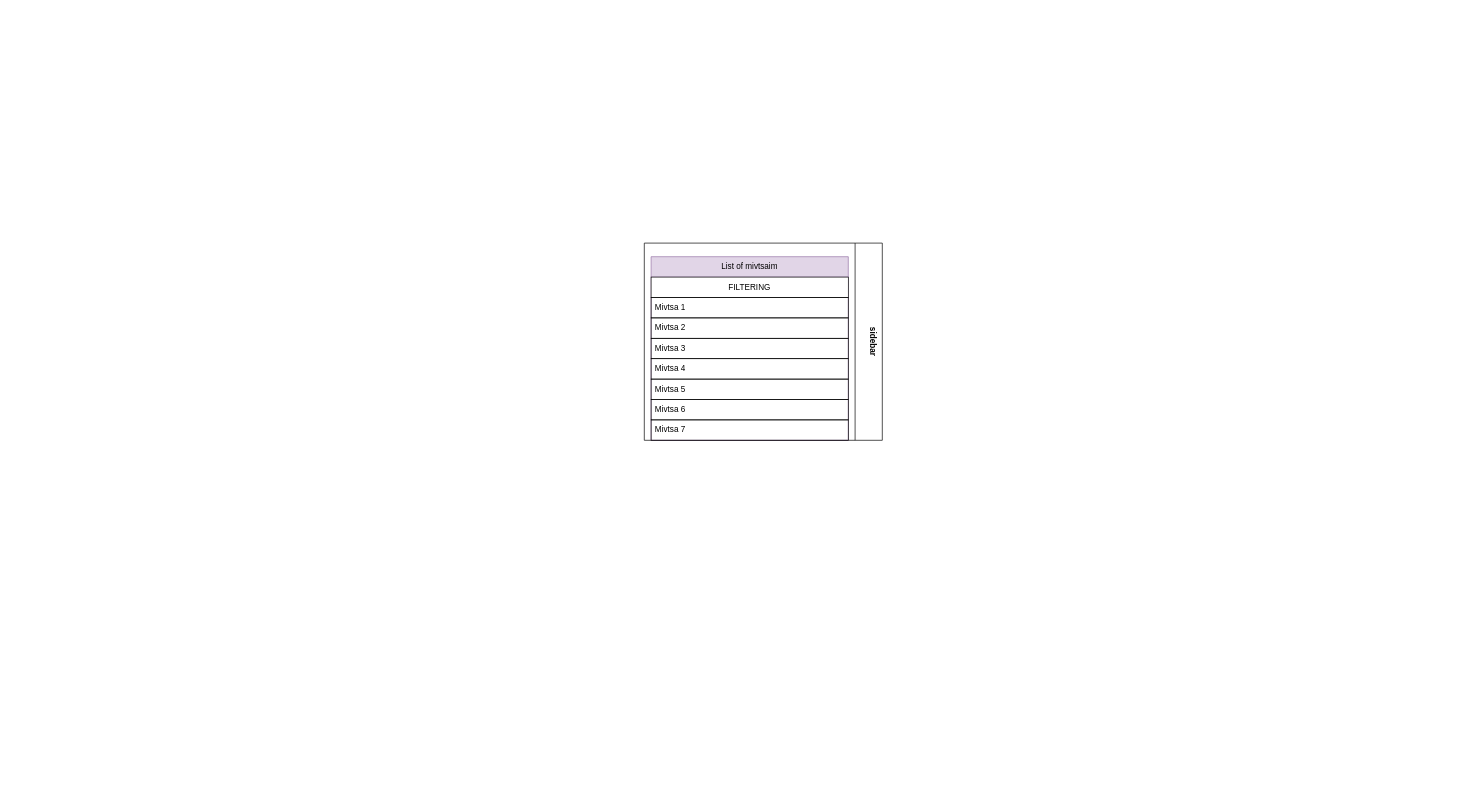
The draw.io diagram Untitled Diagram.drawio in KarlinskyS/aligntech-api, before the edit. Source tidied: cells renumbered, new cells numbered last; positions are measured from the earlier drawing's top-left corner, leaving out a move shared by most shapes. Both pictures are drawn from the tidied source at 68%, with x=0, y=0 at pixel (644, 243).
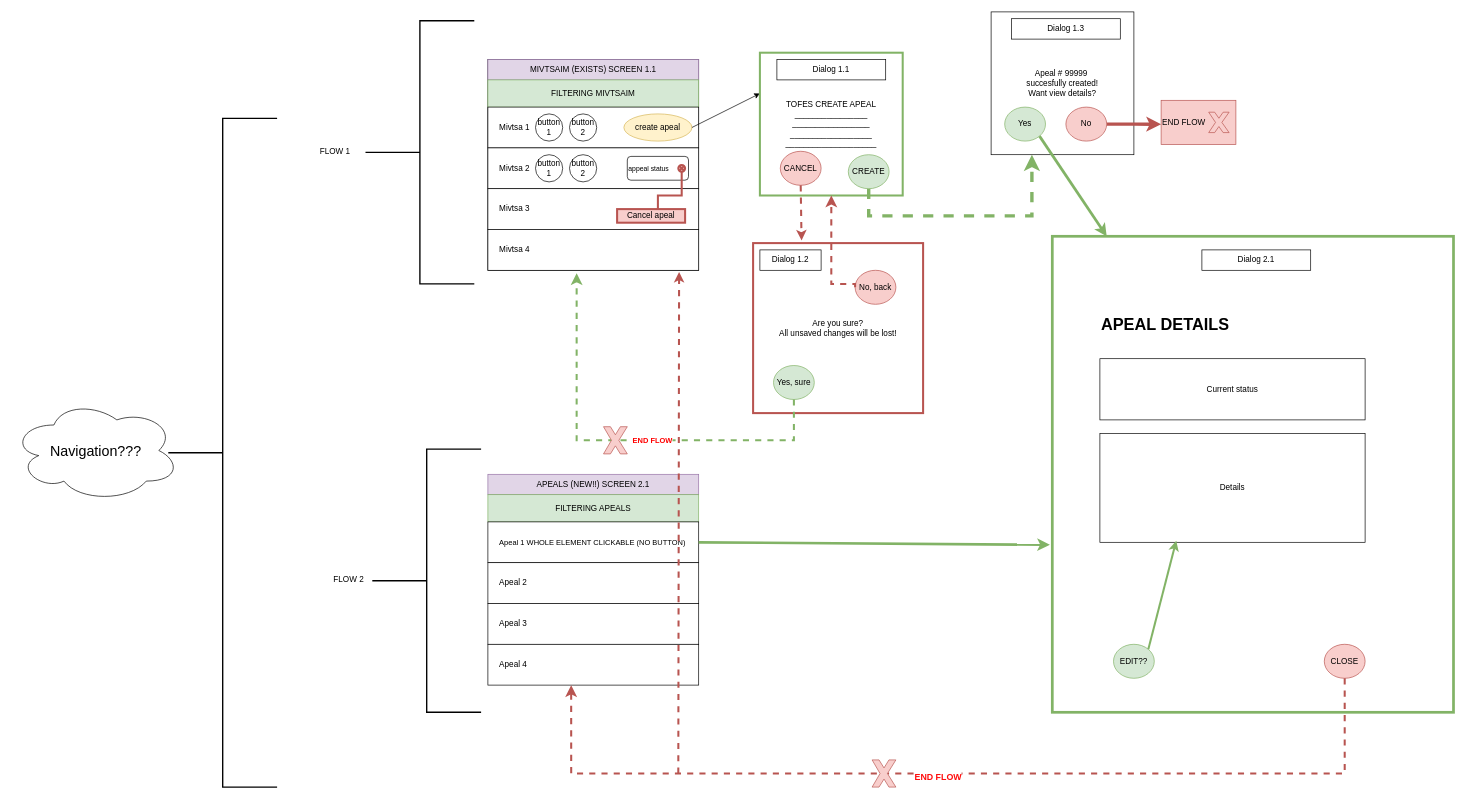
The same diagram, later.

Change to the diagram source:
```diff
@@
-    <mxCell id="2" value="sidebar&lt;div&gt;&lt;br&gt;&lt;/div&gt;" style="swimlane;horizontal=0;whiteSpace=wrap;html=1;rotation=-180;startSize=40;" parent="1" vertex="1">
-      <mxGeometry width="350" height="290" as="geometry" />
-    </mxCell>
-    <mxCell id="3" value="List of mivtsaim" style="swimlane;fontStyle=0;horizontal=1;startSize=30;whiteSpace=wrap;html=1;fillColor=#e1d5e7;strokeColor=#9673a6;" parent="1" vertex="1">
-      <mxGeometry x="10" y="20" width="290" height="270" as="geometry" />
-    </mxCell>
-    <mxCell id="4" value="FILTERING" style="text;align=center;verticalAlign=middle;spacingLeft=4;spacingRight=4;overflow=hidden;whiteSpace=wrap;html=1;fillColor=default;strokeColor=default;" parent="3" vertex="1">
-      <mxGeometry y="30" width="290" height="30" as="geometry" />
-    </mxCell>
+    <mxCell id="12" style="whiteSpace=wrap;html=1;" parent="1" vertex="1">
+      <mxGeometry x="-230" y="-270" width="310" height="310" as="geometry" />
+    </mxCell>
+    <mxCell id="13" value="MIVTSAIM (EXISTS) SCREEN 1.1" style="rounded=0;whiteSpace=wrap;html=1;fillColor=#e1d5e7;strokeColor=#9673a6;" parent="1" vertex="1">
+      <mxGeometry x="-230" y="-270" width="310" height="30" as="geometry" />
+    </mxCell>
+    <mxCell id="14" value="FILTERING MIVTSAIM" style="rounded=0;whiteSpace=wrap;html=1;fillColor=#d5e8d4;strokeColor=#82b366;" parent="1" vertex="1">
+      <mxGeometry x="-230" y="-240" width="310" height="40" as="geometry" />
+    </mxCell>
-    <mxCell id="5" value="Mivtsa 1" style="text;strokeColor=default;fillColor=none;align=left;verticalAlign=middle;spacingLeft=4;spacingRight=4;overflow=hidden;whiteSpace=wrap;html=1;" parent="3" vertex="1">
-      <mxGeometry y="60" width="290" height="30" as="geometry" />
+    <mxCell id="5" value="Mivtsa 1" style="rounded=0;whiteSpace=wrap;html=1;align=left;spacingRight=0;spacingLeft=15;" parent="1" vertex="1">
+      <mxGeometry x="-230" y="-200" width="310" height="60" as="geometry" />
     </mxCell>
-    <mxCell id="6" value="Mivtsa 2" style="text;strokeColor=default;fillColor=none;align=left;verticalAlign=middle;spacingLeft=4;spacingRight=4;overflow=hidden;whiteSpace=wrap;html=1;" parent="3" vertex="1">
-      <mxGeometry y="90" width="290" height="30" as="geometry" />
+    <mxCell id="6" value="Mivtsa 2" style="rounded=0;whiteSpace=wrap;html=1;align=left;spacingRight=0;spacingLeft=15;" parent="1" vertex="1">
+      <mxGeometry x="-230" y="-140" width="310" height="60" as="geometry" />
     </mxCell>
-    <mxCell id="7" value="Mivtsa 3" style="text;strokeColor=default;fillColor=none;align=left;verticalAlign=middle;spacingLeft=4;spacingRight=4;overflow=hidden;whiteSpace=wrap;html=1;" parent="3" vertex="1">
-      <mxGeometry y="120" width="290" height="30" as="geometry" />
+    <mxCell id="7" value="Mivtsa 3" style="rounded=0;whiteSpace=wrap;html=1;align=left;spacingRight=0;spacingLeft=15;" parent="1" vertex="1">
+      <mxGeometry x="-230" y="-80" width="310" height="60" as="geometry" />
     </mxCell>
-    <mxCell id="8" value="Mivtsa 4" style="text;strokeColor=default;fillColor=none;align=left;verticalAlign=middle;spacingLeft=4;spacingRight=4;overflow=hidden;points=[[0,0.5],[1,0.5]];portConstraint=eastwest;whiteSpace=wrap;html=1;" parent="3" vertex="1">
-      <mxGeometry y="150" width="290" height="30" as="geometry" />
+    <mxCell id="8" value="Mivtsa 4" style="rounded=0;whiteSpace=wrap;html=1;align=left;spacingRight=0;spacingLeft=15;" parent="1" vertex="1">
+      <mxGeometry x="-230" y="-20" width="310" height="60" as="geometry" />
     </mxCell>
-    <mxCell id="9" value="Mivtsa 5" style="text;strokeColor=default;fillColor=none;align=left;verticalAlign=middle;spacingLeft=4;spacingRight=4;overflow=hidden;whiteSpace=wrap;html=1;" parent="3" vertex="1">
-      <mxGeometry y="180" width="290" height="30" as="geometry" />
-    </mxCell>
-    <mxCell id="10" value="Mivtsa 6" style="text;strokeColor=default;fillColor=none;align=left;verticalAlign=middle;spacingLeft=4;spacingRight=4;overflow=hidden;whiteSpace=wrap;html=1;" parent="3" vertex="1">
-      <mxGeometry y="210" width="290" height="30" as="geometry" />
-    </mxCell>
-    <mxCell id="11" value="Mivtsa 7" style="text;strokeColor=default;fillColor=none;align=left;verticalAlign=middle;spacingLeft=4;spacingRight=4;overflow=hidden;whiteSpace=wrap;html=1;" parent="3" vertex="1">
-      <mxGeometry y="240" width="290" height="30" as="geometry" />
-    </mxCell>
+    <mxCell id="15" style="strokeWidth=2;html=1;shape=mxgraph.flowchart.annotation_2;align=left;labelPosition=right;" parent="1" vertex="1">
+      <mxGeometry x="-410" y="-327" width="160" height="387" as="geometry" />
+    </mxCell>
+    <mxCell id="16" value="FLOW 1" style="text;html=1;align=center;verticalAlign=middle;strokeColor=none;fillColor=none;" parent="1" vertex="1">
+      <mxGeometry x="-490" y="-150" width="70" height="30" as="geometry" />
+    </mxCell>
+    <mxCell id="17" value="create apeal" style="ellipse;whiteSpace=wrap;html=1;align=center;fillColor=#fff2cc;strokeColor=#d6b656;" parent="1" vertex="1">
+      <mxGeometry x="-30" y="-190" width="100" height="40" as="geometry" />
+    </mxCell>
+    <mxCell id="18" value="button 1" style="ellipse;whiteSpace=wrap;html=1;align=center;" parent="1" vertex="1">
+      <mxGeometry x="-160" y="-190" width="40" height="40" as="geometry" />
+    </mxCell>
+    <mxCell id="19" value="button 2" style="ellipse;whiteSpace=wrap;html=1;align=center;" parent="1" vertex="1">
+      <mxGeometry x="-110" y="-130" width="40" height="40" as="geometry" />
+    </mxCell>
+    <mxCell id="20" style="endArrow=classic;html=1;rounded=0;" parent="1" edge="1">
+      <mxGeometry relative="1" as="geometry">
+        <mxPoint x="70" y="-170" as="sourcePoint" />
+        <mxPoint x="170" y="-220" as="targetPoint" />
+      </mxGeometry>
+    </mxCell>
+    <mxCell id="21" value="TOFES CREATE APEAL&lt;div&gt;________________&lt;/div&gt;&lt;div&gt;_________________&lt;/div&gt;&lt;div&gt;__________________&lt;/div&gt;&lt;div&gt;____________________&lt;/div&gt;" style="whiteSpace=wrap;html=1;strokeColor=#82B366;strokeWidth=3;" parent="1" vertex="1">
+      <mxGeometry x="170" y="-280" width="210" height="210" as="geometry" />
+    </mxCell>
+    <mxCell id="22" value="CREATE" style="ellipse;whiteSpace=wrap;html=1;align=center;fillColor=#d5e8d4;strokeColor=#82b366;" parent="1" vertex="1">
+      <mxGeometry x="300" y="-130" width="60" height="50" as="geometry" />
+    </mxCell>
+    <mxCell id="23" value="CANCEL" style="ellipse;whiteSpace=wrap;html=1;align=center;fillColor=#f8cecc;strokeColor=#b85450;" parent="1" vertex="1">
+      <mxGeometry x="200" y="-135" width="60" height="50" as="geometry" />
+    </mxCell>
+    <mxCell id="24" style="endArrow=classic;html=1;rounded=0;exitX=0.5;exitY=1;exitDx=0;exitDy=0;fillColor=#f8cecc;strokeColor=#b85450;strokeWidth=3;entryX=0.285;entryY=-0.016;entryDx=0;entryDy=0;entryPerimeter=0;dashed=1;" parent="1" edge="1" source="23" target="25">
+      <mxGeometry relative="1" as="geometry" />
+    </mxCell>
+    <mxCell id="25" value="Are you sure?&lt;br&gt;All unsaved changes will be lost!" style="whiteSpace=wrap;html=1;fillColor=none;strokeColor=#b85450;strokeWidth=3;" parent="1" vertex="1">
+      <mxGeometry x="160" width="250" height="250" as="geometry" />
+    </mxCell>
+    <mxCell id="26" value="Yes, sure" style="ellipse;whiteSpace=wrap;html=1;align=center;fillColor=#d5e8d4;strokeColor=#82b366;" parent="1" vertex="1">
+      <mxGeometry x="190" y="180" width="60" height="50" as="geometry" />
+    </mxCell>
+    <mxCell id="27" value="No, back" style="ellipse;whiteSpace=wrap;html=1;align=center;fillColor=#f8cecc;strokeColor=#b85450;" parent="1" vertex="1">
+      <mxGeometry x="310" y="40" width="60" height="50" as="geometry" />
+    </mxCell>
+    <mxCell id="28" style="edgeStyle=elbowEdgeStyle;elbow=vertical;endArrow=classic;html=1;curved=0;rounded=0;endSize=8;startSize=8;fillColor=#f8cecc;strokeColor=#b85450;strokeWidth=3;entryX=0.5;entryY=1;entryDx=0;entryDy=0;exitX=0;exitY=0.5;exitDx=0;exitDy=0;dashed=1;" parent="1" edge="1" source="27" target="21">
+      <mxGeometry relative="1" as="geometry">
+        <Array as="points">
+          <mxPoint x="290" y="60" />
+        </Array>
+      </mxGeometry>
+    </mxCell>
+    <mxCell id="29" style="edgeStyle=elbowEdgeStyle;elbow=vertical;endArrow=classic;html=1;curved=0;rounded=0;endSize=8;startSize=8;exitX=0.5;exitY=1;exitDx=0;exitDy=0;entryX=0.421;entryY=1.072;entryDx=0;entryDy=0;entryPerimeter=0;fillColor=#d5e8d4;strokeColor=#82b366;strokeWidth=3;dashed=1;" parent="1" edge="1" source="26" target="8">
+      <mxGeometry relative="1" as="geometry">
+        <Array as="points">
+          <mxPoint x="70" y="290" />
+        </Array>
+      </mxGeometry>
+    </mxCell>
+    <mxCell id="30" value="END FLOW" style="edgeLabel;html=1;align=center;verticalAlign=middle;fontStyle=1;fontColor=#FF0000;" parent="29" vertex="1">
+      <mxGeometry x="-0.14" y="-1" relative="1" as="geometry" />
+    </mxCell>
+    <mxCell id="31" style="edgeStyle=segmentEdgeStyle;endArrow=classic;html=1;curved=0;rounded=0;endSize=8;startSize=8;exitX=0.5;exitY=1;exitDx=0;exitDy=0;fillColor=#d5e8d4;strokeColor=#82b366;strokeWidth=5;dashed=1;" parent="1" edge="1" source="22">
+      <mxGeometry relative="1" as="geometry">
+        <mxPoint x="570" y="-130" as="targetPoint" />
+        <Array as="points">
+          <mxPoint x="330" y="-40" />
+          <mxPoint x="570" y="-40" />
+        </Array>
+      </mxGeometry>
+    </mxCell>
+    <mxCell id="32" value="Apeal # 99999&amp;nbsp;&lt;div&gt;succesfully created!&lt;div&gt;Want view details?&lt;/div&gt;&lt;/div&gt;" style="whiteSpace=wrap;html=1;" parent="1" vertex="1">
+      <mxGeometry x="510" y="-340" width="210" height="210" as="geometry" />
+    </mxCell>
+    <mxCell id="33" value="Yes" style="ellipse;whiteSpace=wrap;html=1;align=center;fillColor=#d5e8d4;strokeColor=#82b366;" parent="1" vertex="1">
+      <mxGeometry x="530" y="-200" width="60" height="50" as="geometry" />
+    </mxCell>
+    <mxCell id="34" style="edgeStyle=orthogonalEdgeStyle;rounded=0;jettySize=auto;html=1;exitX=1;exitY=0.5;exitDx=0;exitDy=0;fillColor=#f8cecc;strokeColor=#b85450;strokeWidth=5;" parent="1" edge="1" source="35">
+      <mxGeometry relative="1" as="geometry">
+        <mxPoint x="760" y="-174.8" as="targetPoint" />
+      </mxGeometry>
+    </mxCell>
+    <mxCell id="35" value="No" style="ellipse;whiteSpace=wrap;html=1;align=center;fillColor=#f8cecc;strokeColor=#b85450;" parent="1" vertex="1">
+      <mxGeometry x="620" y="-200" width="60" height="50" as="geometry" />
+    </mxCell>
+    <mxCell id="36" value="button 1" style="ellipse;whiteSpace=wrap;html=1;align=center;" parent="1" vertex="1">
+      <mxGeometry x="-160" y="-130" width="40" height="40" as="geometry" />
+    </mxCell>
+    <mxCell id="37" value="button 2" style="ellipse;whiteSpace=wrap;html=1;align=center;" parent="1" vertex="1">
+      <mxGeometry x="-110" y="-190" width="40" height="40" as="geometry" />
+    </mxCell>
+    <mxCell id="38" value="&lt;font style=&quot;font-size: 10px;&quot;&gt;appeal status&lt;/font&gt;" style="rounded=1;whiteSpace=wrap;html=1;align=left;" parent="1" vertex="1">
+      <mxGeometry x="-25" y="-127.5" width="90" height="35" as="geometry" />
+    </mxCell>
+    <mxCell id="39" style="shape=sumEllipse;perimeter=ellipsePerimeter;whiteSpace=wrap;html=1;backgroundOutline=1;fillColor=#f8cecc;strokeColor=#b85450;strokeWidth=3;" parent="1" vertex="1">
+      <mxGeometry x="50" y="-115" width="10" height="10" as="geometry" />
+    </mxCell>
+    <mxCell id="40" value="Cancel apeal" style="whiteSpace=wrap;html=1;align=center;verticalAlign=middle;newEdgeStyle={&quot;edgeStyle&quot;:&quot;elbowEdgeStyle&quot;,&quot;startArrow&quot;:&quot;none&quot;,&quot;endArrow&quot;:&quot;none&quot;};fillColor=#f8cecc;strokeColor=#b85450;strokeWidth=3;" parent="1" vertex="1">
+      <mxGeometry x="-40" y="-50" width="100" height="20" as="geometry" />
+    </mxCell>
+    <mxCell id="41" style="edgeStyle=elbowEdgeStyle;elbow=vertical;sourcePerimeterSpacing=0;targetPerimeterSpacing=0;startArrow=none;endArrow=none;rounded=0;curved=0;exitX=0.5;exitY=1;exitDx=0;exitDy=0;fillColor=#f8cecc;strokeColor=#b85450;strokeWidth=3;" parent="1" edge="1" source="39" target="40">
+      <mxGeometry relative="1" as="geometry">
+        <Array as="points">
+          <mxPoint x="20" y="-70" />
+        </Array>
+      </mxGeometry>
+    </mxCell>
+    <mxCell id="42" value="END FLOW" style="rounded=0;whiteSpace=wrap;html=1;align=left;fillColor=#f8cecc;strokeColor=#b85450;" parent="1" vertex="1">
+      <mxGeometry x="760" y="-210" width="110" height="65" as="geometry" />
+    </mxCell>
+    <mxCell id="43" style="verticalLabelPosition=bottom;verticalAlign=top;html=1;shape=mxgraph.basic.x;fillColor=#f8cecc;strokeColor=#b85450;" parent="1" vertex="1">
+      <mxGeometry x="830" y="-192.5" width="30" height="30" as="geometry" />
+    </mxCell>
+    <mxCell id="44" style="endArrow=classic;html=1;rounded=0;exitX=1;exitY=1;exitDx=0;exitDy=0;fillColor=#d5e8d4;strokeColor=#82b366;strokeWidth=4;" parent="1" edge="1" source="33">
+      <mxGeometry relative="1" as="geometry">
+        <mxPoint x="680" y="-10" as="targetPoint" />
+      </mxGeometry>
+    </mxCell>
+    <mxCell id="45" value="Dialog 1.3" style="rounded=0;whiteSpace=wrap;html=1;" parent="1" vertex="1">
+      <mxGeometry x="540" y="-330" width="160" height="30" as="geometry" />
+    </mxCell>
+    <mxCell id="46" value="Dialog 1.1" style="rounded=0;whiteSpace=wrap;html=1;" parent="1" vertex="1">
+      <mxGeometry x="195" y="-270" width="160" height="30" as="geometry" />
+    </mxCell>
+    <mxCell id="47" value="Dialog 1.2" style="rounded=0;whiteSpace=wrap;html=1;" parent="1" vertex="1">
+      <mxGeometry x="170" y="10" width="90" height="30" as="geometry" />
+    </mxCell>
+    <mxCell id="48" style="verticalLabelPosition=bottom;verticalAlign=top;html=1;shape=mxgraph.basic.x;fillColor=#f8cecc;strokeColor=#b85450;" parent="1" vertex="1">
+      <mxGeometry x="-60" y="270" width="35" height="40" as="geometry" />
+    </mxCell>
+    <mxCell id="49" style="rounded=0;whiteSpace=wrap;html=1;fillColor=none;strokeColor=#82b366;strokeWidth=4;" parent="1" vertex="1">
+      <mxGeometry x="600" y="-10" width="590" height="700" as="geometry" />
+    </mxCell>
+    <mxCell id="50" value="Dialog 2.1" style="rounded=0;whiteSpace=wrap;html=1;" parent="1" vertex="1">
+      <mxGeometry x="820" y="10" width="160" height="30" as="geometry" />
+    </mxCell>
+    <mxCell id="51" value="EDIT??" style="ellipse;whiteSpace=wrap;html=1;align=center;fillColor=#d5e8d4;strokeColor=#82b366;" parent="1" vertex="1">
+      <mxGeometry x="690" y="590" width="60" height="50" as="geometry" />
+    </mxCell>
+    <mxCell id="52" value="CLOSE" style="ellipse;whiteSpace=wrap;html=1;align=center;fillColor=#f8cecc;strokeColor=#b85450;" parent="1" vertex="1">
+      <mxGeometry x="1000" y="590" width="60" height="50" as="geometry" />
+    </mxCell>
+    <mxCell id="53" style="strokeWidth=2;html=1;shape=mxgraph.flowchart.annotation_2;align=left;labelPosition=right;" parent="1" vertex="1">
+      <mxGeometry x="-400" y="303" width="160" height="387" as="geometry" />
+    </mxCell>
+    <mxCell id="54" value="FLOW 2" style="text;html=1;align=center;verticalAlign=middle;strokeColor=none;fillColor=none;" parent="1" vertex="1">
+      <mxGeometry x="-470" y="480" width="70" height="30" as="geometry" />
+    </mxCell>
+    <mxCell id="55" value="APEALS (NEW!!) SCREEN 2.1" style="rounded=0;whiteSpace=wrap;html=1;fillColor=#e1d5e7;strokeColor=#9673a6;" parent="1" vertex="1">
+      <mxGeometry x="-230" y="340" width="310" height="30" as="geometry" />
+    </mxCell>
+    <mxCell id="56" value="FILTERING APEALS" style="rounded=0;whiteSpace=wrap;html=1;fillColor=#d5e8d4;strokeColor=#82b366;" parent="1" vertex="1">
+      <mxGeometry x="-230" y="370" width="310" height="40" as="geometry" />
+    </mxCell>
+    <mxCell id="57" value="&lt;font style=&quot;font-size: 11px;&quot;&gt;Apeal 1 WHOLE ELEMENT CLICKABLE (NO BUTTON)&lt;/font&gt;" style="rounded=0;whiteSpace=wrap;html=1;align=left;spacingRight=0;spacingLeft=15;" parent="1" vertex="1">
+      <mxGeometry x="-230" y="410" width="310" height="60" as="geometry" />
+    </mxCell>
+    <mxCell id="58" value="Apeal 2" style="rounded=0;whiteSpace=wrap;html=1;align=left;spacingRight=0;spacingLeft=15;" parent="1" vertex="1">
+      <mxGeometry x="-230" y="470" width="310" height="60" as="geometry" />
+    </mxCell>
+    <mxCell id="59" value="Apeal 3" style="rounded=0;whiteSpace=wrap;html=1;align=left;spacingRight=0;spacingLeft=15;" parent="1" vertex="1">
+      <mxGeometry x="-230" y="530" width="310" height="60" as="geometry" />
+    </mxCell>
+    <mxCell id="60" value="Apeal 4" style="rounded=0;whiteSpace=wrap;html=1;align=left;spacingRight=0;spacingLeft=15;" parent="1" vertex="1">
+      <mxGeometry x="-230" y="590" width="310" height="60" as="geometry" />
+    </mxCell>
+    <mxCell id="61" style="endArrow=classic;html=1;rounded=0;exitX=1;exitY=0.5;exitDx=0;exitDy=0;entryX=-0.006;entryY=0.648;entryDx=0;entryDy=0;entryPerimeter=0;fillColor=#d5e8d4;strokeColor=#82b366;strokeWidth=4;" parent="1" edge="1" source="57" target="49">
+      <mxGeometry relative="1" as="geometry" />
+    </mxCell>
+    <mxCell id="62" value="&lt;h1 style=&quot;margin-top: 0px;&quot;&gt;APEAL DETAILS&lt;/h1&gt;" style="text;html=1;whiteSpace=wrap;overflow=hidden;rounded=0;" parent="1" vertex="1">
+      <mxGeometry x="670" y="100" width="430" height="50" as="geometry" />
+    </mxCell>
+    <mxCell id="63" value="Current status" style="rounded=0;whiteSpace=wrap;html=1;" parent="1" vertex="1">
+      <mxGeometry x="670" y="170" width="390" height="90" as="geometry" />
+    </mxCell>
+    <mxCell id="64" value="Details" style="rounded=0;whiteSpace=wrap;html=1;" parent="1" vertex="1">
+      <mxGeometry x="670" y="280" width="390" height="160" as="geometry" />
+    </mxCell>
+    <mxCell id="65" style="endArrow=classic;html=1;rounded=0;entryX=0.288;entryY=0.985;entryDx=0;entryDy=0;entryPerimeter=0;exitX=1;exitY=0;exitDx=0;exitDy=0;fillColor=#d5e8d4;strokeColor=#82b366;strokeWidth=3;" parent="1" edge="1" source="51" target="64">
+      <mxGeometry relative="1" as="geometry" />
+    </mxCell>
+    <mxCell id="66" style="edgeStyle=segmentEdgeStyle;endArrow=classic;html=1;curved=0;rounded=0;endSize=8;startSize=8;exitX=0.5;exitY=1;exitDx=0;exitDy=0;entryX=0.395;entryY=1.001;entryDx=0;entryDy=0;entryPerimeter=0;fillColor=#f8cecc;strokeColor=#b85450;strokeWidth=3;dashed=1;" parent="1" edge="1" source="52" target="60">
+      <mxGeometry relative="1" as="geometry">
+        <Array as="points">
+          <mxPoint x="1030" y="780" />
+          <mxPoint x="-108" y="780" />
+        </Array>
+      </mxGeometry>
+    </mxCell>
+    <mxCell id="67" value="&lt;font style=&quot;color: rgb(255, 12, 12); font-size: 13px;&quot;&gt;&lt;b style=&quot;&quot;&gt;END FLOW&lt;/b&gt;&lt;/font&gt;" style="edgeLabel;html=1;align=center;verticalAlign=middle;" parent="66" vertex="1">
+      <mxGeometry x="0.05" y="4" relative="1" as="geometry" />
+    </mxCell>
+    <mxCell id="68" style="verticalLabelPosition=bottom;verticalAlign=top;html=1;shape=mxgraph.basic.x;fillColor=#f8cecc;strokeColor=#b85450;" parent="1" vertex="1">
+      <mxGeometry x="335" y="760" width="35" height="40" as="geometry" />
+    </mxCell>
+    <mxCell id="69" style="endArrow=classic;html=1;rounded=0;entryX=0.907;entryY=1.041;entryDx=0;entryDy=0;entryPerimeter=0;strokeWidth=3;fillColor=#f8cecc;strokeColor=#b85450;dashed=1;" parent="1" edge="1" target="8">
+      <mxGeometry relative="1" as="geometry">
+        <mxPoint x="50" y="780" as="sourcePoint" />
+      </mxGeometry>
+    </mxCell>
+    <mxCell id="70" value="&lt;font style=&quot;font-size: 21px;&quot;&gt;Navigation???&lt;/font&gt;" style="ellipse;shape=cloud;whiteSpace=wrap;html=1;" parent="1" vertex="1">
+      <mxGeometry x="-930" y="230" width="247" height="150" as="geometry" />
+    </mxCell>
+    <mxCell id="71" style="strokeWidth=2;html=1;shape=mxgraph.flowchart.annotation_2;align=left;labelPosition=right;" parent="1" vertex="1">
+      <mxGeometry x="-700" y="-183.5" width="160" height="983.5" as="geometry" />
+    </mxCell>
```
